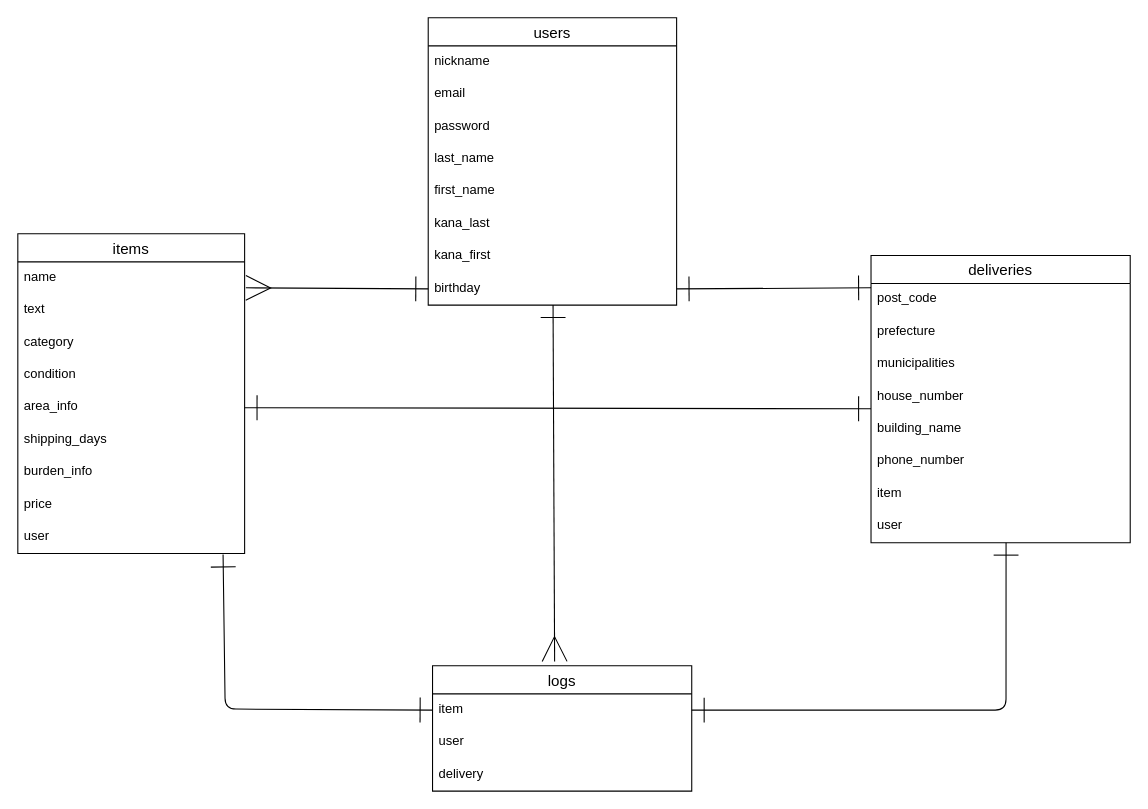
The draw.io diagram app/furima39905.dio in maximumry/furima-39905, before the edit. Source tidied: cells renumbered, new cells numbered last; positions are measured from the earlier drawing's top-left corner, leaving out a move shared by most shapes. Both pictures are drawn from the tidied source at 108%, with x=0, y=0 at pixel (17, 17).
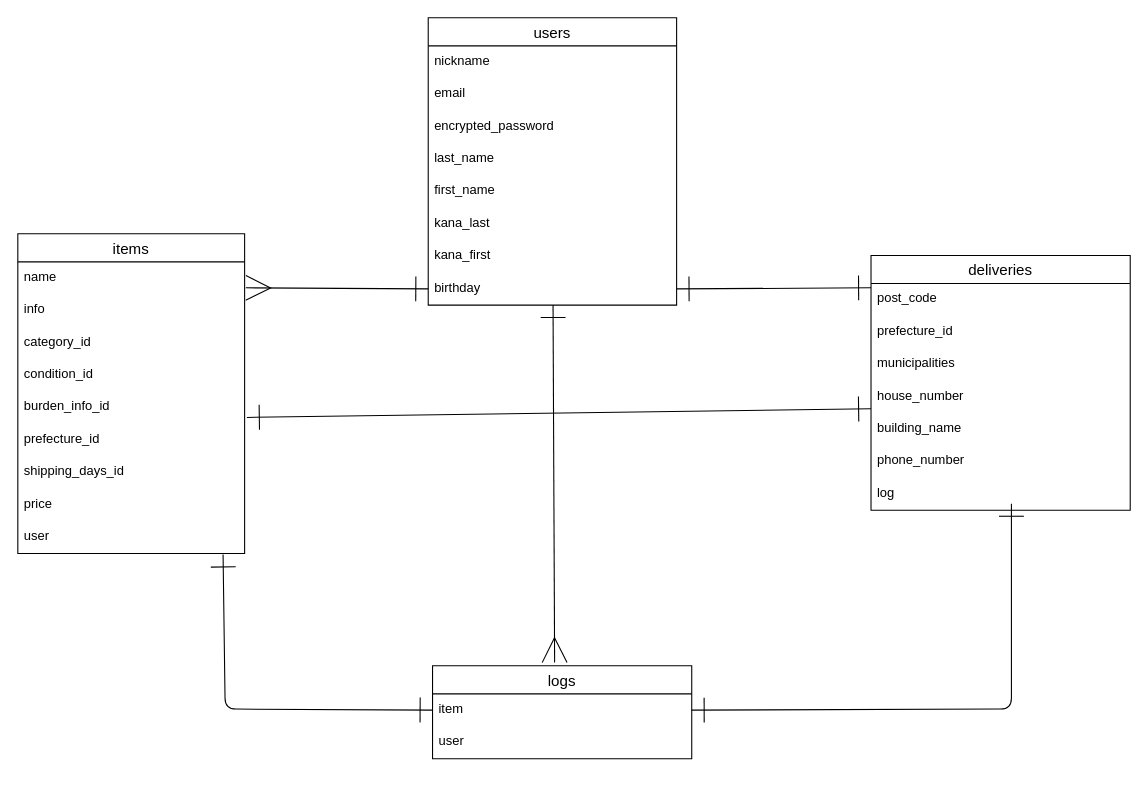
The same page after the edit.

Commit message (it also covers changes not shown here):
データベース設計書(修正)

The change refers to these unchanged cells:
```xml
<mxCell id="3" value="users" style="swimlane;fontStyle=0;horizontal=1;startSize=26;align=center;fontSize=14;" parent="1" vertex="1">
  <mxGeometry x="380" width="230" height="266" as="geometry" />
</mxCell>
<mxCell id="16" value="house_number" style="text;strokeColor=none;fillColor=none;spacingLeft=4;spacingRight=4;overflow=hidden;points=[[0,0.5],[1,0.5]];portConstraint=eastwest;fontSize=12;" parent="12" vertex="1">
  <mxGeometry y="116" width="240" height="30" as="geometry" />
</mxCell>
<mxCell id="21" value="items" style="swimlane;fontStyle=0;horizontal=1;startSize=26;align=center;fontSize=14;" parent="1" vertex="1">
  <mxGeometry y="200" width="210" height="296" as="geometry" />
</mxCell>
<mxCell id="32" value="item" style="text;strokeColor=none;fillColor=none;spacingLeft=4;spacingRight=4;overflow=hidden;points=[[0,0.5],[1,0.5]];portConstraint=eastwest;fontSize=12;" parent="31" vertex="1">
  <mxGeometry y="26" width="240" height="30" as="geometry" />
</mxCell>
```

The edit, as a diff of the source:
```diff
@@
-    <mxCell id="6" value="password" style="text;strokeColor=none;fillColor=none;spacingLeft=4;spacingRight=4;overflow=hidden;fontSize=12;" parent="3" vertex="1">
+    <mxCell id="6" value="encrypted_password" style="text;strokeColor=none;fillColor=none;spacingLeft=4;spacingRight=4;overflow=hidden;fontSize=12;" parent="3" vertex="1">
       <mxGeometry y="86" width="230" height="30" as="geometry" />
     </mxCell>
@@
     <mxCell id="12" value="deliveries" style="swimlane;fontStyle=0;horizontal=1;startSize=26;align=center;fontSize=14;" parent="1" vertex="1">
-      <mxGeometry x="790" y="220" width="240" height="266" as="geometry" />
+      <mxGeometry x="790" y="220" width="240" height="236" as="geometry" />
     </mxCell>
@@
-    <mxCell id="14" value="prefecture" style="text;strokeColor=none;fillColor=none;spacingLeft=4;spacingRight=4;overflow=hidden;fontSize=12;" parent="12" vertex="1">
+    <mxCell id="14" value="prefecture_id" style="text;strokeColor=none;fillColor=none;spacingLeft=4;spacingRight=4;overflow=hidden;fontSize=12;" parent="12" vertex="1">
       <mxGeometry y="56" width="240" height="30" as="geometry" />
     </mxCell>
@@
-    <mxCell id="19" value="item" style="text;strokeColor=none;fillColor=none;spacingLeft=4;spacingRight=4;overflow=hidden;fontSize=12;" parent="12" vertex="1">
+    <mxCell id="19" value="log" style="text;strokeColor=none;fillColor=none;spacingLeft=4;spacingRight=4;overflow=hidden;fontSize=12;" parent="12" vertex="1">
       <mxGeometry y="206" width="240" height="30" as="geometry" />
     </mxCell>
-    <mxCell id="20" value="user" style="text;strokeColor=none;fillColor=none;spacingLeft=4;spacingRight=4;overflow=hidden;points=[[0,0.5],[1,0.5]];portConstraint=eastwest;fontSize=12;" parent="12" vertex="1">
-      <mxGeometry y="236" width="240" height="30" as="geometry" />
-    </mxCell>
@@
-    <mxCell id="23" value="text" style="text;strokeColor=none;fillColor=none;spacingLeft=4;spacingRight=4;overflow=hidden;fontSize=12;" parent="21" vertex="1">
+    <mxCell id="23" value="info" style="text;strokeColor=none;fillColor=none;spacingLeft=4;spacingRight=4;overflow=hidden;fontSize=12;" parent="21" vertex="1">
       <mxGeometry y="56" width="210" height="30" as="geometry" />
     </mxCell>
-    <mxCell id="24" value="category" style="text;strokeColor=none;fillColor=none;spacingLeft=4;spacingRight=4;overflow=hidden;fontSize=12;" parent="21" vertex="1">
+    <mxCell id="24" value="category_id" style="text;strokeColor=none;fillColor=none;spacingLeft=4;spacingRight=4;overflow=hidden;fontSize=12;" parent="21" vertex="1">
       <mxGeometry y="86" width="210" height="30" as="geometry" />
     </mxCell>
-    <mxCell id="25" value="condition" style="text;strokeColor=none;fillColor=none;spacingLeft=4;spacingRight=4;overflow=hidden;fontSize=12;" parent="21" vertex="1">
+    <mxCell id="25" value="condition_id" style="text;strokeColor=none;fillColor=none;spacingLeft=4;spacingRight=4;overflow=hidden;fontSize=12;" parent="21" vertex="1">
       <mxGeometry y="116" width="210" height="30" as="geometry" />
     </mxCell>
+    <mxCell id="28" value="burden_info_id" style="text;strokeColor=none;fillColor=none;spacingLeft=4;spacingRight=4;overflow=hidden;points=[[0,0.5],[1,0.5]];portConstraint=eastwest;fontSize=12;" parent="21" vertex="1">
+      <mxGeometry y="146" width="210" height="30" as="geometry" />
+    </mxCell>
-    <mxCell id="26" value="area_info" style="text;strokeColor=none;fillColor=none;spacingLeft=4;spacingRight=4;overflow=hidden;points=[[0,0.5],[1,0.5]];portConstraint=eastwest;fontSize=12;" parent="21" vertex="1">
-      <mxGeometry y="146" width="210" height="30" as="geometry" />
+    <mxCell id="26" value="prefecture_id" style="text;strokeColor=none;fillColor=none;spacingLeft=4;spacingRight=4;overflow=hidden;points=[[0,0.5],[1,0.5]];portConstraint=eastwest;fontSize=12;" parent="21" vertex="1">
+      <mxGeometry y="176" width="210" height="30" as="geometry" />
     </mxCell>
-    <mxCell id="27" value="shipping_days" style="text;strokeColor=none;fillColor=none;spacingLeft=4;spacingRight=4;overflow=hidden;fontSize=12;" parent="21" vertex="1">
-      <mxGeometry y="176" width="210" height="30" as="geometry" />
+    <mxCell id="27" value="shipping_days_id" style="text;strokeColor=none;fillColor=none;spacingLeft=4;spacingRight=4;overflow=hidden;fontSize=12;" parent="21" vertex="1">
+      <mxGeometry y="206" width="210" height="30" as="geometry" />
     </mxCell>
-    <mxCell id="28" value="burden_info" style="text;strokeColor=none;fillColor=none;spacingLeft=4;spacingRight=4;overflow=hidden;points=[[0,0.5],[1,0.5]];portConstraint=eastwest;fontSize=12;" parent="21" vertex="1">
-      <mxGeometry y="206" width="210" height="30" as="geometry" />
-    </mxCell>
@@
     <mxCell id="31" value="logs" style="swimlane;fontStyle=0;horizontal=1;startSize=26;align=center;fontSize=14;" parent="1" vertex="1">
-      <mxGeometry x="384" y="600" width="240" height="116" as="geometry" />
+      <mxGeometry x="384" y="600" width="240" height="86" as="geometry" />
     </mxCell>
@@
-    <mxCell id="34" value="delivery" style="text;strokeColor=none;fillColor=none;spacingLeft=4;spacingRight=4;overflow=hidden;fontSize=12;" parent="31" vertex="1">
-      <mxGeometry y="86" width="240" height="30" as="geometry" />
-    </mxCell>
@@
-    <mxCell id="38" style="edgeStyle=none;html=1;exitX=1;exitY=0.5;exitDx=0;exitDy=0;entryX=0;entryY=0.867;entryDx=0;entryDy=0;entryPerimeter=0;startArrow=ERone;startFill=0;endArrow=ERone;endFill=0;startSize=21;endSize=21;" parent="1" edge="1" source="26" target="16">
+    <mxCell id="38" style="edgeStyle=none;html=1;entryX=0;entryY=0.867;entryDx=0;entryDy=0;entryPerimeter=0;startArrow=ERone;startFill=0;endArrow=ERone;endFill=0;startSize=21;endSize=21;exitX=1.01;exitY=0.8;exitDx=0;exitDy=0;exitPerimeter=0;" parent="1" edge="1" source="28" target="16">
       <mxGeometry relative="1" as="geometry" />
     </mxCell>
-    <mxCell id="39" style="edgeStyle=none;html=1;exitX=1;exitY=0.5;exitDx=0;exitDy=0;entryX=0.521;entryY=1;entryDx=0;entryDy=0;entryPerimeter=0;startArrow=ERone;startFill=0;endArrow=ERone;endFill=0;startSize=21;endSize=21;" parent="1" edge="1" source="32" target="20">
+    <mxCell id="39" style="edgeStyle=none;html=1;exitX=1;exitY=0.5;exitDx=0;exitDy=0;entryX=0.521;entryY=1;entryDx=0;entryDy=0;entryPerimeter=0;startArrow=ERone;startFill=0;endArrow=ERone;endFill=0;startSize=21;endSize=21;" parent="1" edge="1" source="32">
       <mxGeometry relative="1" as="geometry">
         <Array as="points">
           <mxPoint x="915" y="641" />
         </Array>
       </mxGeometry>
     </mxCell>
@@
+    <mxCell id="41" style="edgeStyle=none;html=1;exitX=1;exitY=0.5;exitDx=0;exitDy=0;startArrow=ERone;startFill=0;endArrow=ERone;endFill=0;startSize=21;endSize=21;" parent="1" edge="1" source="32">
+      <mxGeometry relative="1" as="geometry">
+        <mxPoint x="920" y="450" as="targetPoint" />
+        <Array as="points">
+          <mxPoint x="920" y="640" />
+        </Array>
+      </mxGeometry>
+    </mxCell>
```
